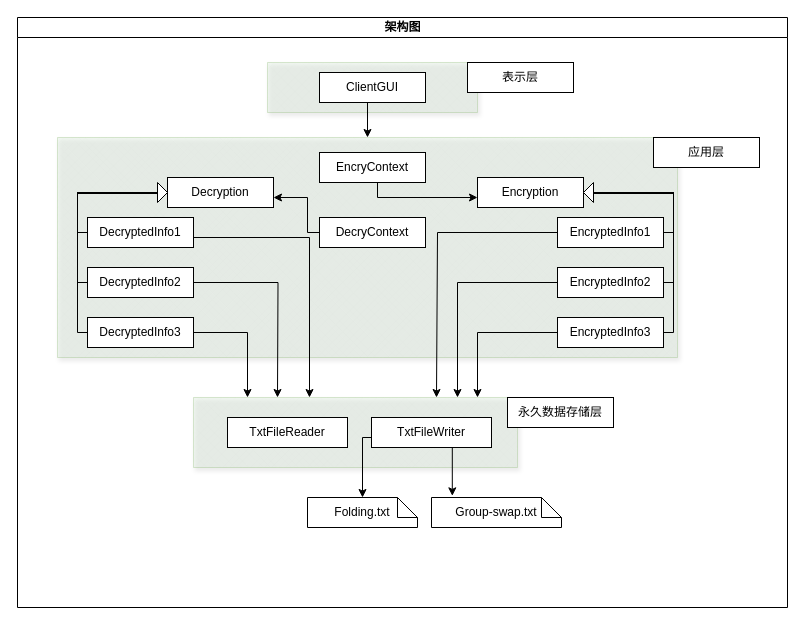
This is 未命名绘图.drawio from Longshou/mavendemo1, a draw.io file, before an edit. Source tidied: cells renumbered, new cells numbered last; positions are measured from the earlier drawing's top-left corner, leaving out a move shared by most shapes. Both pictures are drawn from the tidied source at 100%, with x=0, y=0 at pixel (17, 17).
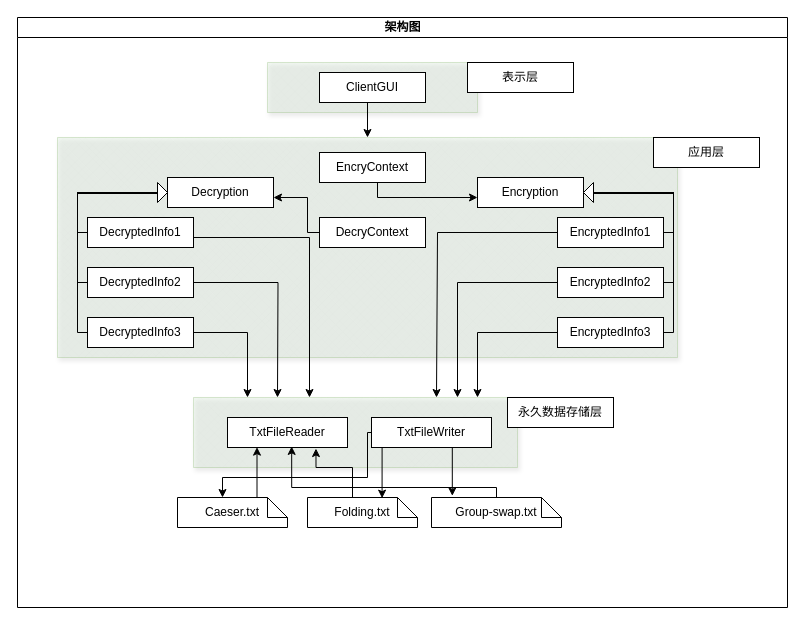
The same page after the edit.

Commit message:
更新未命名绘图.drawio

Unchanged cells that the change refers to:
```xml
<mxCell id="2" value="架构图" style="swimlane;html=1;startSize=20;horizontal=1;containerType=tree;glass=0;" parent="1" vertex="1">
  <mxGeometry width="770" height="590" as="geometry" />
</mxCell>
<mxCell id="6" style="verticalLabelPosition=bottom;verticalAlign=top;html=1;shape=mxgraph.basic.patternFillRect;fillStyle=diagGrid;step=5;fillStrokeWidth=0.2;fillStrokeColor=#dddddd;opacity=30;shadow=1;fillColor=#d5e8d4;strokeColor=#82b366;sketch=0;" parent="2" vertex="1">
  <mxGeometry x="176" y="380" width="324" height="70" as="geometry" />
</mxCell>
<mxCell id="24" value="Folding.txt" style="shape=note;size=20;whiteSpace=wrap;html=1;shadow=0;sketch=0;" parent="2" vertex="1">
  <mxGeometry x="290" y="480" width="110" height="30" as="geometry" />
</mxCell>
<mxCell id="25" value="Group-swap.txt" style="shape=note;size=20;whiteSpace=wrap;html=1;shadow=0;sketch=0;" parent="2" vertex="1">
  <mxGeometry x="414" y="480" width="130" height="30" as="geometry" />
</mxCell>
<mxCell id="42" value="TxtFileWriter" style="rounded=0;whiteSpace=wrap;html=1;shadow=0;" parent="2" vertex="1">
  <mxGeometry x="354" y="400" width="120" height="30" as="geometry" />
</mxCell>
```

Diff of the diagram source:
```diff
@@
-    <mxCell id="18" style="edgeStyle=orthogonalEdgeStyle;rounded=0;jettySize=auto;html=1;exitX=0.608;exitY=0.63;exitDx=0;exitDy=0;endSize=6;exitPerimeter=0;entryX=0.5;entryY=0;entryDx=0;entryDy=0;entryPerimeter=0;" parent="2" edge="1" source="6" target="24">
+    <mxCell id="18" style="edgeStyle=orthogonalEdgeStyle;rounded=0;jettySize=auto;html=1;exitX=0.608;exitY=0.63;exitDx=0;exitDy=0;endSize=6;exitPerimeter=0;entryX=0.678;entryY=0.022;entryDx=0;entryDy=0;entryPerimeter=0;" parent="2" edge="1" source="6" target="24">
       <mxGeometry relative="1" as="geometry">
         <Array as="points">
           <mxPoint x="373" y="420" />
-          <mxPoint x="345" y="420" />
+          <mxPoint x="365" y="420" />
         </Array>
       </mxGeometry>
     </mxCell>
@@
+    <mxCell id="46" style="edgeStyle=orthogonalEdgeStyle;rounded=0;jettySize=auto;html=1;exitX=0;exitY=0;exitDx=45;exitDy=0;exitPerimeter=0;entryX=0.378;entryY=0.729;entryDx=0;entryDy=0;entryPerimeter=0;" parent="2" edge="1" source="24" target="6">
+      <mxGeometry relative="1" as="geometry">
+        <Array as="points">
+          <mxPoint x="335" y="450" />
+          <mxPoint x="299" y="450" />
+        </Array>
+      </mxGeometry>
+    </mxCell>
@@
+    <mxCell id="47" style="edgeStyle=orthogonalEdgeStyle;rounded=0;jettySize=auto;html=1;exitX=0.5;exitY=0;exitDx=0;exitDy=0;exitPerimeter=0;entryX=0.303;entryY=0.699;entryDx=0;entryDy=0;entryPerimeter=0;" parent="2" edge="1" source="25" target="6">
+      <mxGeometry relative="1" as="geometry">
+        <Array as="points">
+          <mxPoint x="479" y="470" />
+          <mxPoint x="274" y="470" />
+        </Array>
+      </mxGeometry>
+    </mxCell>
@@
+    <mxCell id="48" style="edgeStyle=orthogonalEdgeStyle;rounded=0;jettySize=auto;html=1;exitX=0;exitY=0.5;exitDx=0;exitDy=0;entryX=0;entryY=0;entryDx=45;entryDy=0;entryPerimeter=0;" parent="2" edge="1" source="42" target="50">
+      <mxGeometry relative="1" as="geometry">
+        <Array as="points">
+          <mxPoint x="350" y="415" />
+          <mxPoint x="350" y="460" />
+          <mxPoint x="205" y="460" />
+        </Array>
+      </mxGeometry>
+    </mxCell>
@@
+    <mxCell id="49" style="edgeStyle=orthogonalEdgeStyle;rounded=0;jettySize=auto;html=1;exitX=0.5;exitY=0;exitDx=0;exitDy=0;exitPerimeter=0;entryX=0.196;entryY=0.709;entryDx=0;entryDy=0;entryPerimeter=0;" parent="2" edge="1" source="50" target="6">
+      <mxGeometry relative="1" as="geometry">
+        <Array as="points">
+          <mxPoint x="240" y="480" />
+        </Array>
+      </mxGeometry>
+    </mxCell>
+    <mxCell id="50" value="Caeser.txt" style="shape=note;size=20;whiteSpace=wrap;html=1;shadow=0;sketch=0;" parent="2" vertex="1">
+      <mxGeometry x="160" y="480" width="110" height="30" as="geometry" />
+    </mxCell>
```
